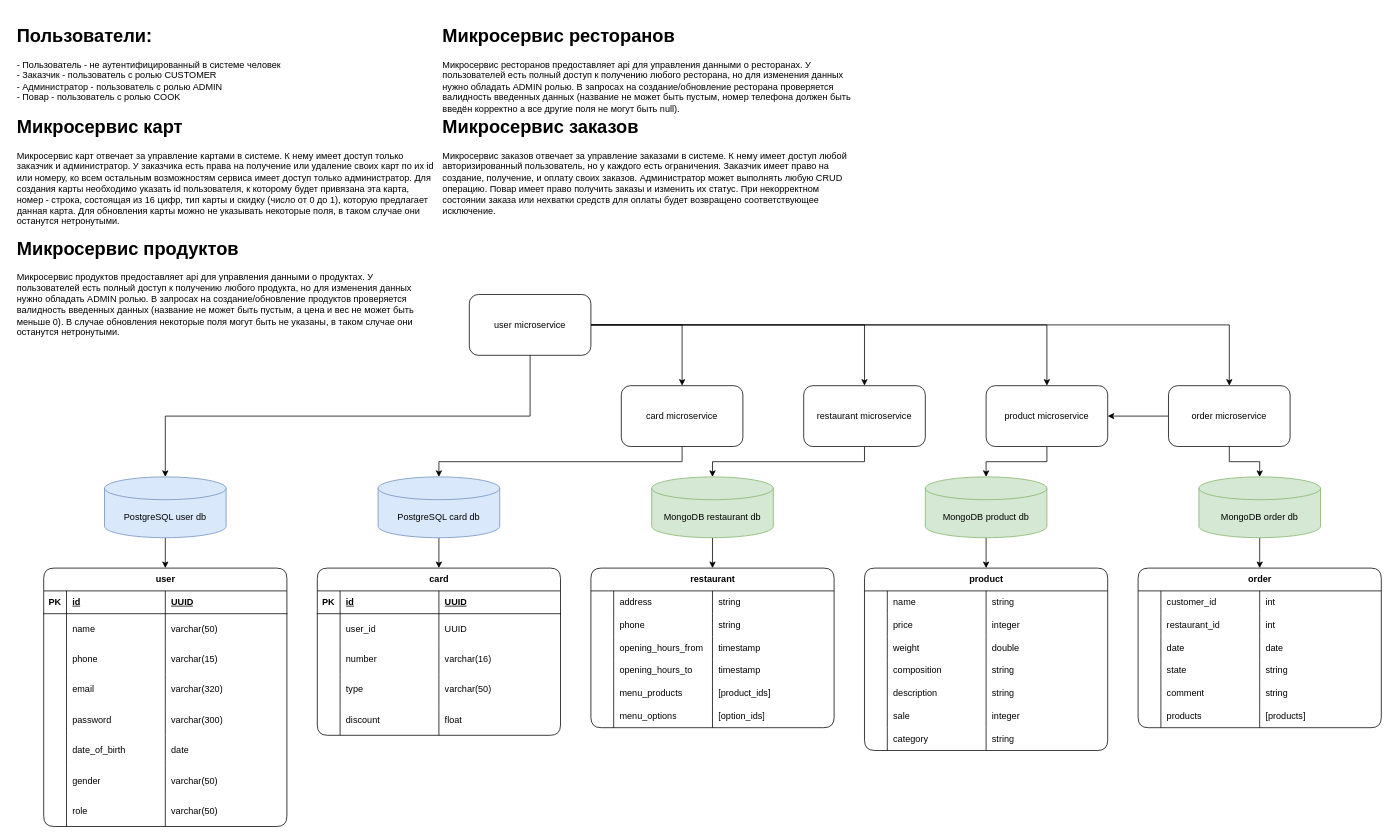
The draw.io diagram spring-restaurant.drawio in vr61v/spring-restaurant, before the edit. Source tidied: cells renumbered, new cells numbered last; positions are measured from the earlier drawing's top-left corner, leaving out a move shared by most shapes. Both pictures are drawn from the tidied source at 76%, with x=0, y=0 at pixel (13, 21).
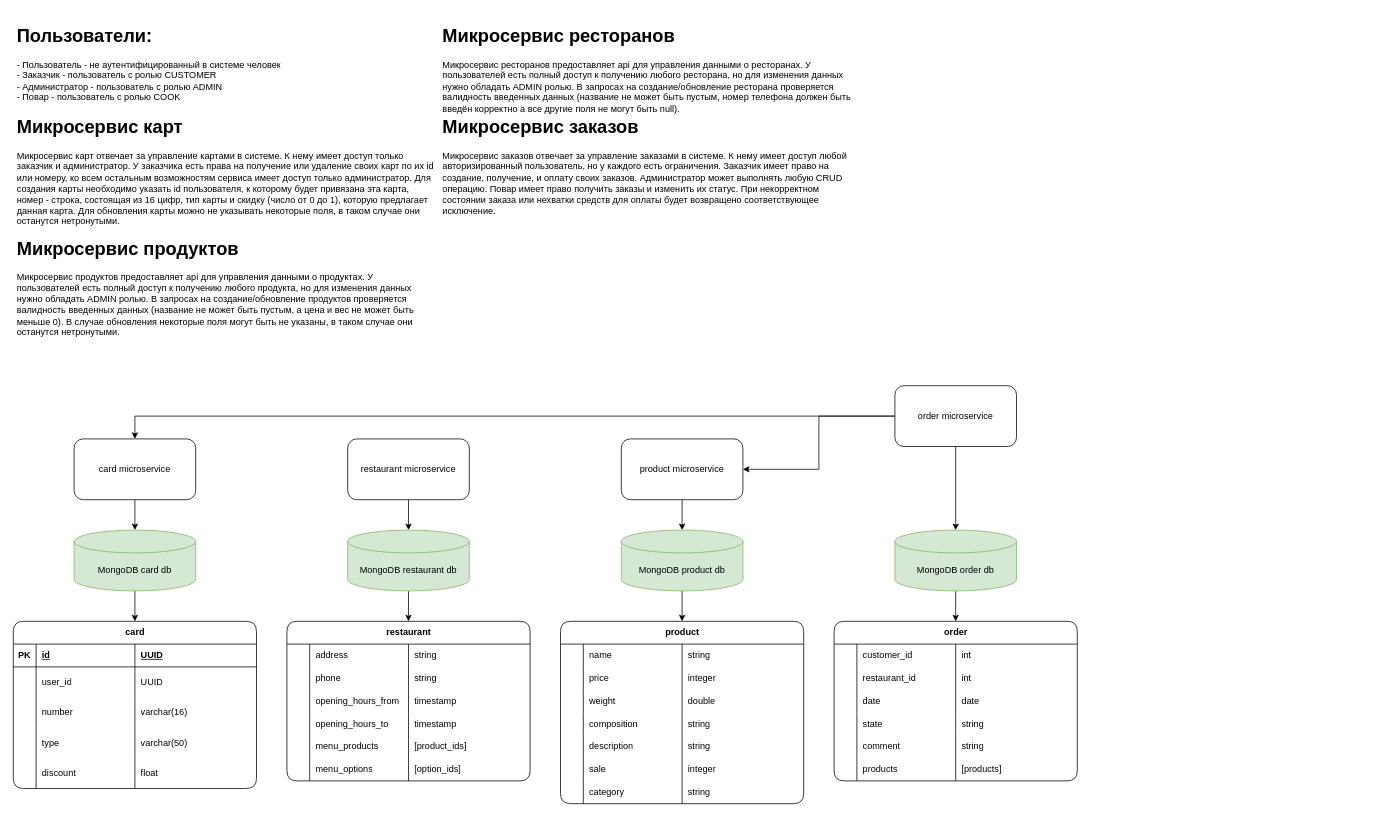
The same page after the edit.

Change to the diagram source:
```diff
@@
-    <mxCell id="12" style="edgeStyle=orthogonalEdgeStyle;rounded=0;jettySize=auto;html=1;exitX=1;exitY=0.5;exitDx=0;exitDy=0;" parent="1" edge="1" source="16" target="20">
-      <mxGeometry relative="1" as="geometry" />
-    </mxCell>
-    <mxCell id="13" style="edgeStyle=orthogonalEdgeStyle;rounded=0;jettySize=auto;html=1;exitX=1;exitY=0.5;exitDx=0;exitDy=0;" parent="1" edge="1" source="16" target="25">
-      <mxGeometry relative="1" as="geometry" />
-    </mxCell>
-    <mxCell id="14" style="edgeStyle=orthogonalEdgeStyle;rounded=0;jettySize=auto;html=1;exitX=1;exitY=0.5;exitDx=0;exitDy=0;" parent="1" edge="1" source="16" target="29">
-      <mxGeometry relative="1" as="geometry" />
-    </mxCell>
-    <mxCell id="15" style="edgeStyle=orthogonalEdgeStyle;rounded=0;jettySize=auto;html=1;exitX=1;exitY=0.5;exitDx=0;exitDy=0;" parent="1" edge="1" source="16" target="34">
-      <mxGeometry relative="1" as="geometry" />
-    </mxCell>
-    <mxCell id="16" value="user microservice" style="rounded=1;whiteSpace=wrap;html=1;" parent="1" vertex="1">
-      <mxGeometry x="600" y="360" width="160" height="80" as="geometry" />
-    </mxCell>
-    <mxCell id="17" style="edgeStyle=orthogonalEdgeStyle;rounded=0;jettySize=auto;html=1;exitX=0.5;exitY=1;exitDx=0;exitDy=0;exitPerimeter=0;entryX=0.5;entryY=0;entryDx=0;entryDy=0;" parent="1" edge="1" source="18" target="37">
-      <mxGeometry relative="1" as="geometry" />
-    </mxCell>
-    <mxCell id="18" value="PostgreSQL user db" style="shape=cylinder3;whiteSpace=wrap;html=1;boundedLbl=1;backgroundOutline=1;size=15;fillColor=#dae8fc;strokeColor=#6c8ebf;" parent="1" vertex="1">
-      <mxGeometry x="120" y="600" width="160" height="80" as="geometry" />
-    </mxCell>
-    <mxCell id="19" style="edgeStyle=orthogonalEdgeStyle;rounded=0;jettySize=auto;html=1;exitX=0.5;exitY=1;exitDx=0;exitDy=0;entryX=0.5;entryY=0;entryDx=0;entryDy=0;entryPerimeter=0;" parent="1" edge="1" source="16" target="18">
-      <mxGeometry relative="1" as="geometry" />
-    </mxCell>
     <mxCell id="20" value="card microservice" style="rounded=1;whiteSpace=wrap;html=1;" parent="1" vertex="1">
-      <mxGeometry x="800" y="480" width="160" height="80" as="geometry" />
+      <mxGeometry x="80" y="550" width="160" height="80" as="geometry" />
     </mxCell>
@@
-    <mxCell id="22" value="PostgreSQL card db" style="shape=cylinder3;whiteSpace=wrap;html=1;boundedLbl=1;backgroundOutline=1;size=15;fillColor=#dae8fc;strokeColor=#6c8ebf;" parent="1" vertex="1">
-      <mxGeometry x="480" y="600" width="160" height="80" as="geometry" />
+    <mxCell id="22" value="MongoDB&amp;nbsp;card db" style="shape=cylinder3;whiteSpace=wrap;html=1;boundedLbl=1;backgroundOutline=1;size=15;fillColor=#d5e8d4;strokeColor=#82b366;" parent="1" vertex="1">
+      <mxGeometry x="80" y="670" width="160" height="80" as="geometry" />
     </mxCell>
@@
     <mxCell id="25" value="restaurant microservice" style="rounded=1;whiteSpace=wrap;html=1;" parent="1" vertex="1">
-      <mxGeometry x="1040" y="480" width="160" height="80" as="geometry" />
+      <mxGeometry x="440" y="550" width="160" height="80" as="geometry" />
     </mxCell>
@@
     <mxCell id="27" value="MongoDB restaurant&amp;nbsp;db" style="shape=cylinder3;whiteSpace=wrap;html=1;boundedLbl=1;backgroundOutline=1;size=15;fillColor=#d5e8d4;strokeColor=#82b366;" parent="1" vertex="1">
-      <mxGeometry x="840" y="600" width="160" height="80" as="geometry" />
+      <mxGeometry x="440" y="670" width="160" height="80" as="geometry" />
     </mxCell>
@@
     <mxCell id="29" value="product microservice" style="rounded=1;whiteSpace=wrap;html=1;" parent="1" vertex="1">
-      <mxGeometry x="1280" y="480" width="160" height="80" as="geometry" />
+      <mxGeometry x="800" y="550" width="160" height="80" as="geometry" />
     </mxCell>
@@
     <mxCell id="31" value="MongoDB product db" style="shape=cylinder3;whiteSpace=wrap;html=1;boundedLbl=1;backgroundOutline=1;size=15;fillColor=#d5e8d4;strokeColor=#82b366;" parent="1" vertex="1">
-      <mxGeometry x="1200" y="600" width="160" height="80" as="geometry" />
+      <mxGeometry x="800" y="670" width="160" height="80" as="geometry" />
     </mxCell>
@@
+    <mxCell id="170" style="edgeStyle=orthogonalEdgeStyle;rounded=0;jettySize=auto;html=1;exitX=0;exitY=0.5;exitDx=0;exitDy=0;entryX=0.5;entryY=0;entryDx=0;entryDy=0;" parent="1" edge="1" source="34" target="20">
+      <mxGeometry relative="1" as="geometry" />
+    </mxCell>
     <mxCell id="34" value="order microservice" style="rounded=1;whiteSpace=wrap;html=1;" parent="1" vertex="1">
-      <mxGeometry x="1520" y="480" width="160" height="80" as="geometry" />
+      <mxGeometry x="1160" y="480" width="160" height="80" as="geometry" />
     </mxCell>
@@
     <mxCell id="36" value="MongoDB order db" style="shape=cylinder3;whiteSpace=wrap;html=1;boundedLbl=1;backgroundOutline=1;size=15;fillColor=#d5e8d4;strokeColor=#82b366;" parent="1" vertex="1">
-      <mxGeometry x="1560" y="600" width="160" height="80" as="geometry" />
+      <mxGeometry x="1160" y="670" width="160" height="80" as="geometry" />
     </mxCell>
-    <mxCell id="37" value="user" style="shape=table;startSize=30;childLayout=tableLayout;rowLines=0;fontStyle=1;align=center;html=1;absoluteArcSize=0;columnLines=1;shadow=0;rounded=1;" parent="1" vertex="1">
-      <mxGeometry x="40" y="720" width="320" height="340" as="geometry" />
-    </mxCell>
-    <mxCell id="38" style="shape=tableRow;horizontal=0;startSize=0;swimlaneHead=0;swimlaneBody=0;fillColor=none;top=0;left=0;right=0;bottom=1;" parent="37" vertex="1">
-      <mxGeometry y="30" width="320" height="30" as="geometry" />
-    </mxCell>
-    <mxCell id="39" value="PK" style="shape=partialRectangle;fillColor=none;top=0;left=0;bottom=0;right=0;fontStyle=1;overflow=hidden;whiteSpace=wrap;html=1;" parent="38" vertex="1">
-      <mxGeometry width="30" height="30" as="geometry" />
-    </mxCell>
-    <mxCell id="40" value="id" style="shape=partialRectangle;fillColor=none;top=0;left=0;bottom=0;right=0;align=left;spacingLeft=6;fontStyle=5;overflow=hidden;whiteSpace=wrap;html=1;" parent="38" vertex="1">
-      <mxGeometry x="30" width="130" height="30" as="geometry" />
-    </mxCell>
-    <mxCell id="41" value="UUID" style="shape=partialRectangle;fillColor=none;top=0;left=0;bottom=0;right=0;align=left;spacingLeft=6;fontStyle=5;overflow=hidden;whiteSpace=wrap;html=1;" parent="38" vertex="1">
-      <mxGeometry x="160" width="160" height="30" as="geometry" />
-    </mxCell>
-    <mxCell id="42" style="shape=tableRow;horizontal=0;startSize=0;swimlaneHead=0;swimlaneBody=0;fillColor=none;top=0;left=0;right=0;bottom=0;" parent="37" vertex="1">
-      <mxGeometry y="60" width="320" height="40" as="geometry" />
-    </mxCell>
-    <mxCell id="43" style="shape=partialRectangle;fillColor=none;top=0;left=0;bottom=0;right=0;overflow=hidden;whiteSpace=wrap;html=1;" parent="42" vertex="1">
-      <mxGeometry width="30" height="40" as="geometry" />
-    </mxCell>
-    <mxCell id="44" value="name" style="shape=partialRectangle;fillColor=none;top=0;left=0;bottom=0;right=0;align=left;spacingLeft=6;overflow=hidden;whiteSpace=wrap;html=1;" parent="42" vertex="1">
-      <mxGeometry x="30" width="130" height="40" as="geometry" />
-    </mxCell>
-    <mxCell id="45" value="varchar(50)" style="shape=partialRectangle;fillColor=none;top=0;left=0;bottom=0;right=0;align=left;spacingLeft=6;overflow=hidden;whiteSpace=wrap;html=1;" parent="42" vertex="1">
-      <mxGeometry x="160" width="160" height="40" as="geometry" />
-    </mxCell>
-    <mxCell id="46" style="shape=tableRow;horizontal=0;startSize=0;swimlaneHead=0;swimlaneBody=0;fillColor=none;top=0;left=0;right=0;bottom=0;" parent="37" vertex="1">
-      <mxGeometry y="100" width="320" height="40" as="geometry" />
-    </mxCell>
-    <mxCell id="47" style="shape=partialRectangle;fillColor=none;top=0;left=0;bottom=0;right=0;overflow=hidden;whiteSpace=wrap;html=1;" parent="46" vertex="1">
-      <mxGeometry width="30" height="40" as="geometry" />
-    </mxCell>
-    <mxCell id="48" value="phone" style="shape=partialRectangle;fillColor=none;top=0;left=0;bottom=0;right=0;align=left;spacingLeft=6;overflow=hidden;whiteSpace=wrap;html=1;" parent="46" vertex="1">
-      <mxGeometry x="30" width="130" height="40" as="geometry" />
-    </mxCell>
-    <mxCell id="49" value="varchar(15)" style="shape=partialRectangle;fillColor=none;top=0;left=0;bottom=0;right=0;align=left;spacingLeft=6;overflow=hidden;whiteSpace=wrap;html=1;" parent="46" vertex="1">
-      <mxGeometry x="160" width="160" height="40" as="geometry" />
-    </mxCell>
-    <mxCell id="50" style="shape=tableRow;horizontal=0;startSize=0;swimlaneHead=0;swimlaneBody=0;fillColor=none;top=0;left=0;right=0;bottom=0;" parent="37" vertex="1">
-      <mxGeometry y="140" width="320" height="40" as="geometry" />
-    </mxCell>
-    <mxCell id="51" style="shape=partialRectangle;fillColor=none;top=0;left=0;bottom=0;right=0;overflow=hidden;whiteSpace=wrap;html=1;" parent="50" vertex="1">
-      <mxGeometry width="30" height="40" as="geometry" />
-    </mxCell>
-    <mxCell id="52" value="email" style="shape=partialRectangle;fillColor=none;top=0;left=0;bottom=0;right=0;align=left;spacingLeft=6;overflow=hidden;whiteSpace=wrap;html=1;" parent="50" vertex="1">
-      <mxGeometry x="30" width="130" height="40" as="geometry" />
-    </mxCell>
-    <mxCell id="53" value="varchar(320)" style="shape=partialRectangle;fillColor=none;top=0;left=0;bottom=0;right=0;align=left;spacingLeft=6;overflow=hidden;whiteSpace=wrap;html=1;" parent="50" vertex="1">
-      <mxGeometry x="160" width="160" height="40" as="geometry" />
-    </mxCell>
-    <mxCell id="54" style="shape=tableRow;horizontal=0;startSize=0;swimlaneHead=0;swimlaneBody=0;fillColor=none;top=0;left=0;right=0;bottom=0;" parent="37" vertex="1">
-      <mxGeometry y="180" width="320" height="40" as="geometry" />
-    </mxCell>
-    <mxCell id="55" style="shape=partialRectangle;fillColor=none;top=0;left=0;bottom=0;right=0;overflow=hidden;whiteSpace=wrap;html=1;" parent="54" vertex="1">
-      <mxGeometry width="30" height="40" as="geometry" />
-    </mxCell>
-    <mxCell id="56" value="password" style="shape=partialRectangle;fillColor=none;top=0;left=0;bottom=0;right=0;align=left;spacingLeft=6;overflow=hidden;whiteSpace=wrap;html=1;" parent="54" vertex="1">
-      <mxGeometry x="30" width="130" height="40" as="geometry" />
-    </mxCell>
-    <mxCell id="57" value="varchar(300)" style="shape=partialRectangle;fillColor=none;top=0;left=0;bottom=0;right=0;align=left;spacingLeft=6;overflow=hidden;whiteSpace=wrap;html=1;" parent="54" vertex="1">
-      <mxGeometry x="160" width="160" height="40" as="geometry" />
-    </mxCell>
-    <mxCell id="58" style="shape=tableRow;horizontal=0;startSize=0;swimlaneHead=0;swimlaneBody=0;fillColor=none;top=0;left=0;right=0;bottom=0;" parent="37" vertex="1">
-      <mxGeometry y="220" width="320" height="40" as="geometry" />
-    </mxCell>
-    <mxCell id="59" style="shape=partialRectangle;fillColor=none;top=0;left=0;bottom=0;right=0;overflow=hidden;whiteSpace=wrap;html=1;" parent="58" vertex="1">
-      <mxGeometry width="30" height="40" as="geometry" />
-    </mxCell>
-    <mxCell id="60" value="date_of_birth" style="shape=partialRectangle;fillColor=none;top=0;left=0;bottom=0;right=0;align=left;spacingLeft=6;overflow=hidden;whiteSpace=wrap;html=1;" parent="58" vertex="1">
-      <mxGeometry x="30" width="130" height="40" as="geometry" />
-    </mxCell>
-    <mxCell id="61" value="date" style="shape=partialRectangle;fillColor=none;top=0;left=0;bottom=0;right=0;align=left;spacingLeft=6;overflow=hidden;whiteSpace=wrap;html=1;" parent="58" vertex="1">
-      <mxGeometry x="160" width="160" height="40" as="geometry" />
-    </mxCell>
-    <mxCell id="62" style="shape=tableRow;horizontal=0;startSize=0;swimlaneHead=0;swimlaneBody=0;fillColor=none;top=0;left=0;right=0;bottom=0;" parent="37" vertex="1">
-      <mxGeometry y="260" width="320" height="40" as="geometry" />
-    </mxCell>
-    <mxCell id="63" style="shape=partialRectangle;fillColor=none;top=0;left=0;bottom=0;right=0;overflow=hidden;whiteSpace=wrap;html=1;" parent="62" vertex="1">
-      <mxGeometry width="30" height="40" as="geometry" />
-    </mxCell>
-    <mxCell id="64" value="gender" style="shape=partialRectangle;fillColor=none;top=0;left=0;bottom=0;right=0;align=left;spacingLeft=6;overflow=hidden;whiteSpace=wrap;html=1;" parent="62" vertex="1">
-      <mxGeometry x="30" width="130" height="40" as="geometry" />
-    </mxCell>
-    <mxCell id="65" value="varchar(50)" style="shape=partialRectangle;fillColor=none;top=0;left=0;bottom=0;right=0;align=left;spacingLeft=6;overflow=hidden;whiteSpace=wrap;html=1;" parent="62" vertex="1">
-      <mxGeometry x="160" width="160" height="40" as="geometry" />
-    </mxCell>
-    <mxCell id="66" style="shape=tableRow;horizontal=0;startSize=0;swimlaneHead=0;swimlaneBody=0;fillColor=none;top=0;left=0;right=0;bottom=0;" parent="37" vertex="1">
-      <mxGeometry y="300" width="320" height="40" as="geometry" />
-    </mxCell>
-    <mxCell id="67" style="shape=partialRectangle;fillColor=none;top=0;left=0;bottom=0;right=0;overflow=hidden;whiteSpace=wrap;html=1;" parent="66" vertex="1">
-      <mxGeometry width="30" height="40" as="geometry" />
-    </mxCell>
-    <mxCell id="68" value="role" style="shape=partialRectangle;fillColor=none;top=0;left=0;bottom=0;right=0;align=left;spacingLeft=6;overflow=hidden;whiteSpace=wrap;html=1;" parent="66" vertex="1">
-      <mxGeometry x="30" width="130" height="40" as="geometry" />
-    </mxCell>
-    <mxCell id="69" value="varchar(50)" style="shape=partialRectangle;fillColor=none;top=0;left=0;bottom=0;right=0;align=left;spacingLeft=6;overflow=hidden;whiteSpace=wrap;html=1;" parent="66" vertex="1">
-      <mxGeometry x="160" width="160" height="40" as="geometry" />
-    </mxCell>
     <mxCell id="70" value="card" style="shape=table;startSize=30;childLayout=tableLayout;rowLines=0;fontStyle=1;align=center;html=1;absoluteArcSize=0;columnLines=1;shadow=0;rounded=1;" parent="1" vertex="1">
-      <mxGeometry x="400" y="720" width="320" height="220" as="geometry" />
+      <mxGeometry y="790" width="320" height="220" as="geometry" />
     </mxCell>
@@
     <mxCell id="91" value="restaurant" style="shape=table;startSize=30;childLayout=tableLayout;rowLines=0;fontStyle=1;align=center;html=1;rounded=1;" parent="1" vertex="1">
-      <mxGeometry x="760" y="720" width="320" height="210" as="geometry" />
+      <mxGeometry x="360" y="790" width="320" height="210" as="geometry" />
     </mxCell>
@@
     <mxCell id="116" value="product" style="shape=table;startSize=30;childLayout=tableLayout;rowLines=0;fontStyle=1;align=center;html=1;rounded=1;" parent="1" vertex="1">
-      <mxGeometry x="1120" y="720" width="320" height="240" as="geometry" />
+      <mxGeometry x="720" y="790" width="320" height="240" as="geometry" />
     </mxCell>
@@
     <mxCell id="145" value="order" style="shape=table;startSize=30;childLayout=tableLayout;rowLines=0;fontStyle=1;align=center;html=1;rounded=1;" parent="1" vertex="1">
-      <mxGeometry x="1480" y="720" width="320" height="210" as="geometry" />
+      <mxGeometry x="1080" y="790" width="320" height="210" as="geometry" />
     </mxCell>
```
